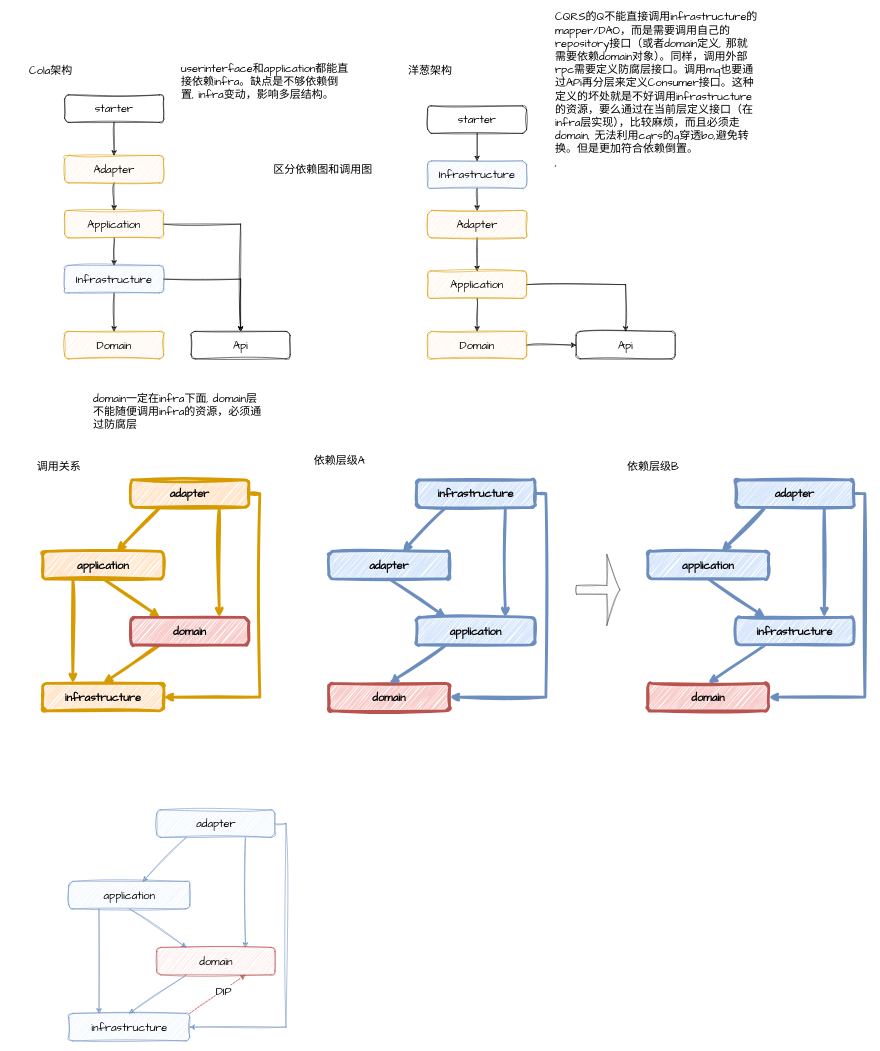
The draw.io diagram doc/uml.drawio in chad0204/ddd, before the edit. Source tidied: cells renumbered, new cells numbered last; positions are measured from the earlier drawing's top-left corner, leaving out a move shared by most shapes. Both pictures are drawn from the tidied source at 55%, with x=0, y=0 at pixel (9, 56).
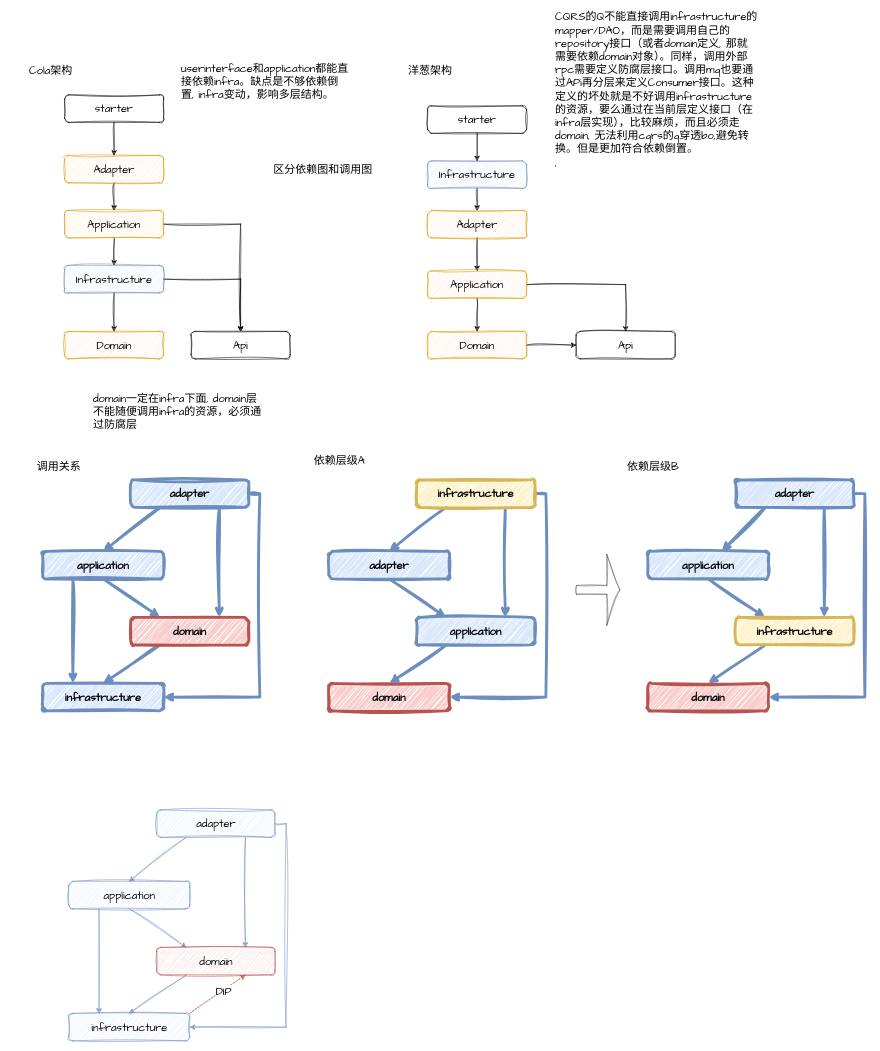
The same page after the edit.

Unchanged cells that the change refers to:
```xml
<mxCell id="41" value="domain" style="rounded=1;whiteSpace=wrap;html=1;sketch=1;hachureGap=4;jiggle=2;curveFitting=1;fontFamily=Architects Daughter;fontSize=20;fillColor=#f8cecc;strokeColor=#b85450;strokeWidth=5;fontStyle=1;" parent="1" vertex="1">
  <mxGeometry x="220" y="1020" width="215" height="50" as="geometry" />
</mxCell>
<mxCell id="48" value="adapter" style="rounded=1;whiteSpace=wrap;html=1;sketch=1;hachureGap=4;jiggle=2;curveFitting=1;fontFamily=Architects Daughter;fontSize=20;fillColor=#dae8fc;strokeColor=#6c8ebf;strokeWidth=5;fontStyle=1;" parent="1" vertex="1">
  <mxGeometry x="580" y="900" width="220" height="50" as="geometry" />
</mxCell>
<mxCell id="66" value="adapter" style="rounded=1;whiteSpace=wrap;html=1;sketch=1;hachureGap=4;jiggle=2;curveFitting=1;fontFamily=Architects Daughter;fontSize=20;fillColor=#dae8fc;strokeColor=#6c8ebf;" parent="1" vertex="1">
  <mxGeometry x="267.5" y="1370" width="215" height="50" as="geometry" />
</mxCell>
<mxCell id="69" value="application" style="rounded=1;whiteSpace=wrap;html=1;sketch=1;hachureGap=4;jiggle=2;curveFitting=1;fontFamily=Architects Daughter;fontSize=20;fillColor=#dae8fc;strokeColor=#6c8ebf;" parent="1" vertex="1">
  <mxGeometry x="107.5" y="1500" width="220" height="50" as="geometry" />
</mxCell>
```

Diff of the diagram source:
```diff
@@
-    <mxCell id="32" value="infrastructure" style="rounded=1;whiteSpace=wrap;html=1;sketch=1;hachureGap=4;jiggle=2;curveFitting=1;fontFamily=Architects Daughter;fontSize=20;fillColor=#ffe6cc;strokeColor=#d79b00;strokeWidth=5;fontStyle=1;" parent="1" vertex="1">
+    <mxCell id="32" value="infrastructure" style="rounded=1;whiteSpace=wrap;html=1;sketch=1;hachureGap=4;jiggle=2;curveFitting=1;fontFamily=Architects Daughter;fontSize=20;fillColor=#dae8fc;strokeColor=#6c8ebf;strokeWidth=5;fontStyle=1;" parent="1" vertex="1">
       <mxGeometry x="60" y="1140" width="220" height="50" as="geometry" />
     </mxCell>
-    <mxCell id="33" style="rounded=0;sketch=1;hachureGap=4;jiggle=2;curveFitting=1;jettySize=auto;html=1;exitX=0.25;exitY=1;exitDx=0;exitDy=0;fontFamily=Architects Daughter;fontSize=16;fillColor=#ffe6cc;strokeColor=#d79b00;strokeWidth=5;fontStyle=1;" parent="1" edge="1" source="36" target="39">
+    <mxCell id="33" style="rounded=0;sketch=1;hachureGap=4;jiggle=2;curveFitting=1;jettySize=auto;html=1;exitX=0.25;exitY=1;exitDx=0;exitDy=0;fontFamily=Architects Daughter;fontSize=16;fillColor=#dae8fc;strokeColor=#6c8ebf;strokeWidth=5;fontStyle=1;entryX=0.5;entryY=0;entryDx=0;entryDy=0;" parent="1" edge="1" source="36" target="39">
       <mxGeometry relative="1" as="geometry" />
     </mxCell>
-    <mxCell id="34" style="edgeStyle=orthogonalEdgeStyle;rounded=0;sketch=1;hachureGap=4;jiggle=2;curveFitting=1;jettySize=auto;html=1;exitX=1;exitY=0.5;exitDx=0;exitDy=0;entryX=1;entryY=0.5;entryDx=0;entryDy=0;fontFamily=Architects Daughter;fontSize=16;fillColor=#ffe6cc;strokeColor=#d79b00;strokeWidth=5;fontStyle=1;" parent="1" edge="1" source="36" target="32">
+    <mxCell id="34" style="edgeStyle=orthogonalEdgeStyle;rounded=0;sketch=1;hachureGap=4;jiggle=2;curveFitting=1;jettySize=auto;html=1;exitX=1;exitY=0.5;exitDx=0;exitDy=0;entryX=1;entryY=0.5;entryDx=0;entryDy=0;fontFamily=Architects Daughter;fontSize=16;fillColor=#dae8fc;strokeColor=#6c8ebf;strokeWidth=5;fontStyle=1;" parent="1" edge="1" source="36" target="32">
       <mxGeometry relative="1" as="geometry">
         <Array as="points">
           <mxPoint x="455" y="795" />
           <mxPoint x="455" y="1165" />
         </Array>
       </mxGeometry>
     </mxCell>
-    <mxCell id="35" style="edgeStyle=orthogonalEdgeStyle;rounded=0;sketch=1;hachureGap=4;jiggle=2;curveFitting=1;jettySize=auto;html=1;exitX=0.75;exitY=1;exitDx=0;exitDy=0;entryX=0.75;entryY=0;entryDx=0;entryDy=0;fontFamily=Architects Daughter;fontSize=16;fillColor=#ffe6cc;strokeColor=#d79b00;strokeWidth=5;fontStyle=1;" parent="1" edge="1" source="36" target="41">
+    <mxCell id="35" style="edgeStyle=orthogonalEdgeStyle;rounded=0;sketch=1;hachureGap=4;jiggle=2;curveFitting=1;jettySize=auto;html=1;exitX=0.75;exitY=1;exitDx=0;exitDy=0;entryX=0.75;entryY=0;entryDx=0;entryDy=0;fontFamily=Architects Daughter;fontSize=16;fillColor=#dae8fc;strokeColor=#6c8ebf;strokeWidth=5;fontStyle=1;" parent="1" edge="1" source="36" target="41">
       <mxGeometry relative="1" as="geometry" />
     </mxCell>
-    <mxCell id="36" value="adapter" style="rounded=1;whiteSpace=wrap;html=1;sketch=1;hachureGap=4;jiggle=2;curveFitting=1;fontFamily=Architects Daughter;fontSize=20;fillColor=#ffe6cc;strokeColor=#d79b00;strokeWidth=5;fontStyle=1;" parent="1" vertex="1">
+    <mxCell id="36" value="adapter" style="rounded=1;whiteSpace=wrap;html=1;sketch=1;hachureGap=4;jiggle=2;curveFitting=1;fontFamily=Architects Daughter;fontSize=20;fillColor=#dae8fc;strokeColor=#6c8ebf;strokeWidth=5;fontStyle=1;" parent="1" vertex="1">
       <mxGeometry x="220" y="770" width="215" height="50" as="geometry" />
     </mxCell>
-    <mxCell id="37" style="rounded=0;sketch=1;hachureGap=4;jiggle=2;curveFitting=1;jettySize=auto;html=1;exitX=0.5;exitY=1;exitDx=0;exitDy=0;entryX=0.25;entryY=0;entryDx=0;entryDy=0;fontFamily=Architects Daughter;fontSize=16;fillColor=#ffe6cc;strokeColor=#d79b00;strokeWidth=5;fontStyle=1;" parent="1" edge="1" source="39" target="41">
+    <mxCell id="37" style="rounded=0;sketch=1;hachureGap=4;jiggle=2;curveFitting=1;jettySize=auto;html=1;exitX=0.5;exitY=1;exitDx=0;exitDy=0;entryX=0.25;entryY=0;entryDx=0;entryDy=0;fontFamily=Architects Daughter;fontSize=16;fillColor=#dae8fc;strokeColor=#6c8ebf;strokeWidth=5;fontStyle=1;" parent="1" edge="1" source="39" target="41">
       <mxGeometry relative="1" as="geometry" />
     </mxCell>
-    <mxCell id="38" style="edgeStyle=orthogonalEdgeStyle;rounded=0;sketch=1;hachureGap=4;jiggle=2;curveFitting=1;jettySize=auto;html=1;exitX=0.25;exitY=1;exitDx=0;exitDy=0;entryX=0.25;entryY=0;entryDx=0;entryDy=0;fontFamily=Architects Daughter;fontSize=16;fillColor=#ffe6cc;strokeColor=#d79b00;strokeWidth=5;fontStyle=1;" parent="1" edge="1" source="39" target="32">
+    <mxCell id="38" style="edgeStyle=orthogonalEdgeStyle;rounded=0;sketch=1;hachureGap=4;jiggle=2;curveFitting=1;jettySize=auto;html=1;exitX=0.25;exitY=1;exitDx=0;exitDy=0;entryX=0.25;entryY=0;entryDx=0;entryDy=0;fontFamily=Architects Daughter;fontSize=16;fillColor=#dae8fc;strokeColor=#6c8ebf;strokeWidth=5;fontStyle=1;" parent="1" edge="1" source="39" target="32">
       <mxGeometry relative="1" as="geometry" />
     </mxCell>
-    <mxCell id="39" value="application" style="rounded=1;whiteSpace=wrap;html=1;sketch=1;hachureGap=4;jiggle=2;curveFitting=1;fontFamily=Architects Daughter;fontSize=20;fillColor=#ffe6cc;strokeColor=#d79b00;strokeWidth=5;fontStyle=1;" parent="1" vertex="1">
+    <mxCell id="39" value="application" style="rounded=1;whiteSpace=wrap;html=1;sketch=1;hachureGap=4;jiggle=2;curveFitting=1;fontFamily=Architects Daughter;fontSize=20;fillColor=#dae8fc;strokeColor=#6c8ebf;strokeWidth=5;fontStyle=1;" parent="1" vertex="1">
       <mxGeometry x="60" y="900" width="220" height="50" as="geometry" />
     </mxCell>
-    <mxCell id="40" style="rounded=0;sketch=1;hachureGap=4;jiggle=2;curveFitting=1;jettySize=auto;html=1;exitX=0.25;exitY=1;exitDx=0;exitDy=0;entryX=0.5;entryY=0;entryDx=0;entryDy=0;fontFamily=Architects Daughter;fontSize=16;fillColor=#ffe6cc;strokeColor=#d79b00;strokeWidth=5;fontStyle=1;" parent="1" edge="1" source="41" target="32">
+    <mxCell id="40" style="rounded=0;sketch=1;hachureGap=4;jiggle=2;curveFitting=1;jettySize=auto;html=1;exitX=0.25;exitY=1;exitDx=0;exitDy=0;entryX=0.5;entryY=0;entryDx=0;entryDy=0;fontFamily=Architects Daughter;fontSize=16;fillColor=#dae8fc;strokeColor=#6c8ebf;strokeWidth=5;fontStyle=1;" parent="1" edge="1" source="41" target="32">
       <mxGeometry relative="1" as="geometry" />
     </mxCell>
@@
-    <mxCell id="43" style="rounded=0;sketch=1;hachureGap=4;jiggle=2;curveFitting=1;jettySize=auto;html=1;exitX=0.25;exitY=1;exitDx=0;exitDy=0;fontFamily=Architects Daughter;fontSize=16;fillColor=#dae8fc;strokeColor=#6c8ebf;strokeWidth=5;fontStyle=1;" parent="1" edge="1" source="46" target="48">
+    <mxCell id="43" style="rounded=0;sketch=1;hachureGap=4;jiggle=2;curveFitting=1;jettySize=auto;html=1;exitX=0.25;exitY=1;exitDx=0;exitDy=0;fontFamily=Architects Daughter;fontSize=16;fillColor=#dae8fc;strokeColor=#6c8ebf;strokeWidth=5;fontStyle=1;entryX=0.5;entryY=0;entryDx=0;entryDy=0;" parent="1" edge="1" source="46" target="48">
       <mxGeometry relative="1" as="geometry" />
     </mxCell>
@@
-    <mxCell id="46" value="infrastructure" style="rounded=1;whiteSpace=wrap;html=1;sketch=1;hachureGap=4;jiggle=2;curveFitting=1;fontFamily=Architects Daughter;fontSize=20;fillColor=#dae8fc;strokeColor=#6c8ebf;strokeWidth=5;fontStyle=1;" parent="1" vertex="1">
+    <mxCell id="46" value="infrastructure" style="rounded=1;whiteSpace=wrap;html=1;sketch=1;hachureGap=4;jiggle=2;curveFitting=1;fontFamily=Architects Daughter;fontSize=20;fillColor=#fff2cc;strokeColor=#d6b656;strokeWidth=5;fontStyle=1;" parent="1" vertex="1">
       <mxGeometry x="740" y="770" width="215" height="50" as="geometry" />
     </mxCell>
@@
-    <mxCell id="59" value="infrastructure" style="rounded=1;whiteSpace=wrap;html=1;sketch=1;hachureGap=4;jiggle=2;curveFitting=1;fontFamily=Architects Daughter;fontSize=20;fillColor=#dae8fc;strokeColor=#6c8ebf;strokeWidth=5;fontStyle=1;" parent="1" vertex="1">
+    <mxCell id="59" value="infrastructure" style="rounded=1;whiteSpace=wrap;html=1;sketch=1;hachureGap=4;jiggle=2;curveFitting=1;fontFamily=Architects Daughter;fontSize=20;fillColor=#fff2cc;strokeColor=#d6b656;strokeWidth=5;fontStyle=1;" parent="1" vertex="1">
       <mxGeometry x="1320" y="1020" width="215" height="50" as="geometry" />
     </mxCell>
@@
-    <mxCell id="63" style="rounded=0;sketch=1;hachureGap=4;jiggle=2;curveFitting=1;jettySize=auto;html=1;exitX=0.25;exitY=1;exitDx=0;exitDy=0;fontFamily=Architects Daughter;fontSize=16;fillColor=#dae8fc;strokeColor=#6c8ebf;" parent="1" edge="1" source="66" target="69">
+    <mxCell id="63" style="rounded=0;sketch=1;hachureGap=4;jiggle=2;curveFitting=1;jettySize=auto;html=1;exitX=0.25;exitY=1;exitDx=0;exitDy=0;fontFamily=Architects Daughter;fontSize=16;fillColor=#dae8fc;strokeColor=#6c8ebf;entryX=0.5;entryY=0;entryDx=0;entryDy=0;" parent="1" edge="1" source="66" target="69">
       <mxGeometry relative="1" as="geometry" />
     </mxCell>
```
